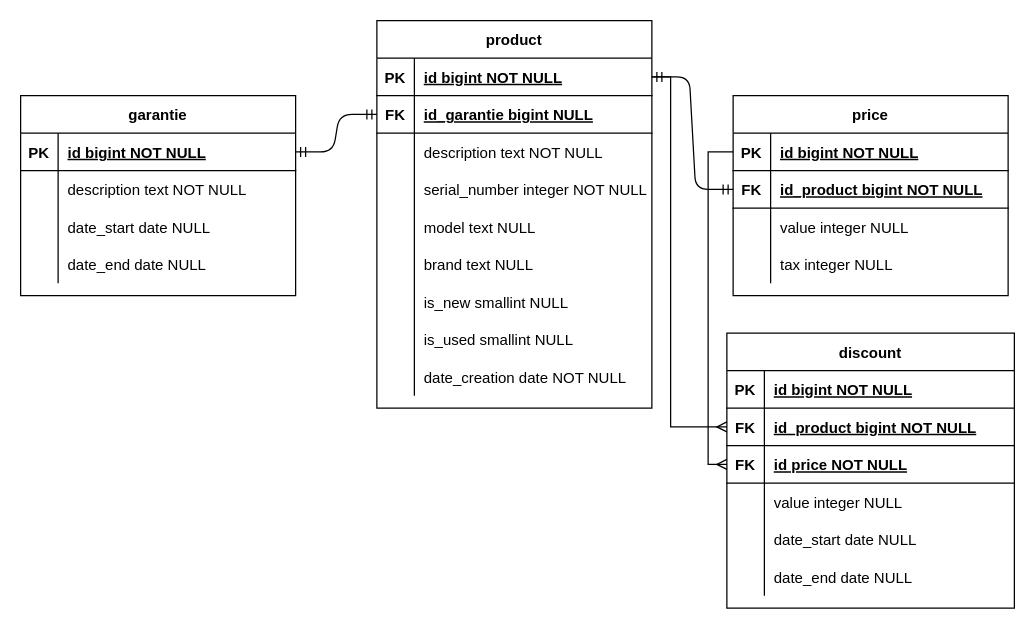
This is Diagrams/Untitled Diagram.drawio from JulianaMedinaF/iCommercewebDiagrams, a draw.io file, before an edit. Source tidied: cells renumbered, new cells numbered last; positions are measured from the earlier drawing's top-left corner, leaving out a move shared by most shapes. Both pictures are drawn from the tidied source at 125%, with x=0, y=0 at pixel (20, 20).
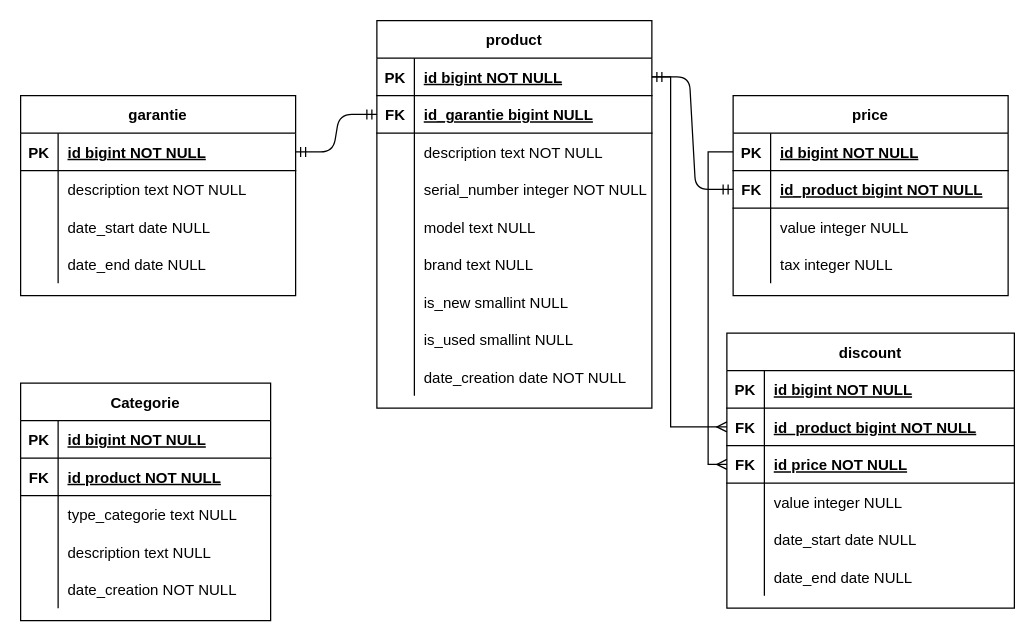
Above is the later version.

Diff of the diagram source:
```diff
@@
+    <mxCell id="79" value="Categorie" style="shape=table;startSize=30;childLayout=tableLayout;rowLines=0;fontStyle=1;align=center;" parent="1" vertex="1">
+      <mxGeometry y="290" width="200" height="190" as="geometry" />
+    </mxCell>
+    <mxCell id="80" style="shape=partialRectangle;fillColor=none;top=0;left=0;bottom=1;right=0;" parent="79" vertex="1">
+      <mxGeometry y="30" width="200" height="30" as="geometry" />
+    </mxCell>
+    <mxCell id="81" value="PK" style="shape=partialRectangle;fillColor=none;top=0;left=0;bottom=0;right=0;fontStyle=1;overflow=hidden;" parent="80" vertex="1">
+      <mxGeometry width="30" height="30" as="geometry" />
+    </mxCell>
+    <mxCell id="82" value="id bigint NOT NULL" style="shape=partialRectangle;fillColor=none;top=0;left=0;bottom=0;right=0;align=left;spacingLeft=6;fontStyle=5;overflow=hidden;" parent="80" vertex="1">
+      <mxGeometry x="30" width="170" height="30" as="geometry" />
+    </mxCell>
+    <mxCell id="83" style="shape=partialRectangle;fillColor=none;top=0;left=0;bottom=1;right=0;" parent="79" vertex="1">
+      <mxGeometry y="60" width="200" height="30" as="geometry" />
+    </mxCell>
+    <mxCell id="84" value="FK" style="shape=partialRectangle;fillColor=none;top=0;left=0;bottom=0;right=0;fontStyle=1;overflow=hidden;" parent="83" vertex="1">
+      <mxGeometry width="30" height="30" as="geometry" />
+    </mxCell>
+    <mxCell id="85" value="id product NOT NULL" style="shape=partialRectangle;fillColor=none;top=0;left=0;bottom=0;right=0;align=left;spacingLeft=6;fontStyle=5;overflow=hidden;" parent="83" vertex="1">
+      <mxGeometry x="30" width="170" height="30" as="geometry" />
+    </mxCell>
+    <mxCell id="86" style="shape=partialRectangle;fillColor=none;top=0;left=0;bottom=0;right=0;" parent="79" vertex="1">
+      <mxGeometry y="90" width="200" height="30" as="geometry" />
+    </mxCell>
+    <mxCell id="87" style="shape=partialRectangle;fillColor=none;top=0;left=0;bottom=0;right=0;overflow=hidden;" parent="86" vertex="1">
+      <mxGeometry width="30" height="30" as="geometry" />
+    </mxCell>
+    <mxCell id="88" value="type_categorie text NULL" style="shape=partialRectangle;fillColor=none;top=0;left=0;bottom=0;right=0;align=left;spacingLeft=6;overflow=hidden;" parent="86" vertex="1">
+      <mxGeometry x="30" width="170" height="30" as="geometry" />
+    </mxCell>
+    <mxCell id="89" style="shape=partialRectangle;fillColor=none;top=0;left=0;bottom=0;right=0;" parent="79" vertex="1">
+      <mxGeometry y="120" width="200" height="30" as="geometry" />
+    </mxCell>
+    <mxCell id="90" style="shape=partialRectangle;fillColor=none;top=0;left=0;bottom=0;right=0;overflow=hidden;" parent="89" vertex="1">
+      <mxGeometry width="30" height="30" as="geometry" />
+    </mxCell>
+    <mxCell id="91" value="description text NULL" style="shape=partialRectangle;fillColor=none;top=0;left=0;bottom=0;right=0;align=left;spacingLeft=6;overflow=hidden;" parent="89" vertex="1">
+      <mxGeometry x="30" width="170" height="30" as="geometry" />
+    </mxCell>
+    <mxCell id="92" style="shape=partialRectangle;fillColor=none;top=0;left=0;bottom=0;right=0;" parent="79" vertex="1">
+      <mxGeometry y="150" width="200" height="30" as="geometry" />
+    </mxCell>
+    <mxCell id="93" style="shape=partialRectangle;fillColor=none;top=0;left=0;bottom=0;right=0;overflow=hidden;" parent="92" vertex="1">
+      <mxGeometry width="30" height="30" as="geometry" />
+    </mxCell>
+    <mxCell id="94" value="date_creation NOT NULL" style="shape=partialRectangle;fillColor=none;top=0;left=0;bottom=0;right=0;align=left;spacingLeft=6;overflow=hidden;" parent="92" vertex="1">
+      <mxGeometry x="30" width="170" height="30" as="geometry" />
+    </mxCell>
```
